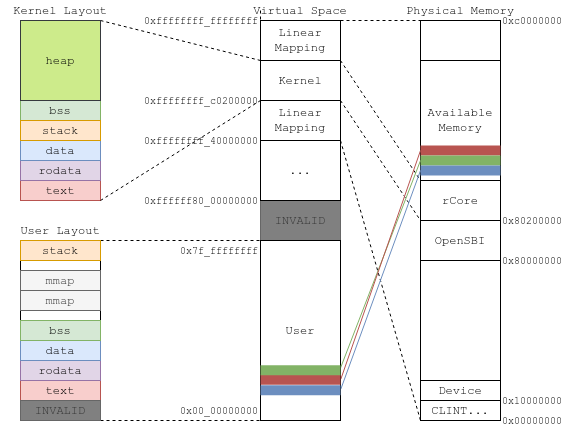
LearningOS/os-lectures keeps this draw.io diagram as lecture05/figs/rcore_memory_layout.png. Above is the earlier version. Source tidied: cells renumbered, new cells last; positions are measured from the earlier drawing's top-left corner, leaving out a move shared by most shapes.
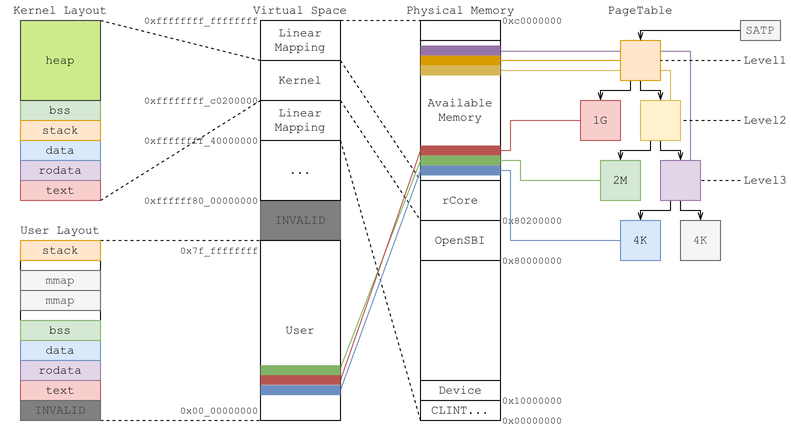
Later version of the same file.

Change to the diagram source:
```diff
@@ -2,6 +2,14 @@
   <root>
     <mxCell id="0" />
     <mxCell id="1" parent="0" />
+    <mxCell id="65" style="endArrow=none;html=1;fillColor=#e1d5e7;strokeColor=#9673a6;entryX=0.75;entryY=0;entryDx=0;entryDy=0;endFill=0;edgeStyle=orthogonalEdgeStyle;rounded=0;exitX=0.997;exitY=0.077;exitDx=0;exitDy=0;exitPerimeter=0;" parent="1" edge="1" source="17" target="87">
+      <mxGeometry relative="1" as="geometry" />
+    </mxCell>
+    <mxCell id="66" style="endArrow=none;html=1;fillColor=#fff2cc;strokeColor=#d6b656;entryX=0.75;entryY=0;entryDx=0;entryDy=0;endFill=0;edgeStyle=orthogonalEdgeStyle;rounded=0;" parent="1" edge="1" target="76">
+      <mxGeometry relative="1" as="geometry">
+        <mxPoint x="500" y="70" as="sourcePoint" />
+      </mxGeometry>
+    </mxCell>
     <mxCell id="2" style="rounded=0;whiteSpace=wrap;html=1;fontFamily=Courier New;align=center;" parent="1" vertex="1">
       <mxGeometry x="20" y="240" width="80" height="180" as="geometry" />
     </mxCell>
@@ -48,7 +56,7 @@
       <mxGeometry x="420" y="180" width="80" height="40" as="geometry" />
     </mxCell>
     <mxCell id="17" value="Available&lt;br&gt;Memory" style="rounded=0;whiteSpace=wrap;html=1;fontFamily=Courier New;align=center;" parent="1" vertex="1">
-      <mxGeometry x="420" y="60" width="80" height="120" as="geometry" />
+      <mxGeometry x="420" y="40" width="80" height="140" as="geometry" />
     </mxCell>
     <mxCell id="18" style="rounded=0;jettySize=auto;html=1;exitX=1;exitY=1;exitDx=0;exitDy=0;entryX=0;entryY=0;entryDx=0;entryDy=0;fontFamily=Courier New;dashed=1;endArrow=none;endFill=0;" parent="1" edge="1" source="7" target="14">
       <mxGeometry relative="1" as="geometry" />
@@ -188,9 +196,6 @@
     <mxCell id="54" style="edgeStyle=none;rounded=0;jettySize=auto;html=1;exitX=1;exitY=1;exitDx=0;exitDy=0;entryX=0;entryY=1;entryDx=0;entryDy=0;dashed=1;endArrow=none;endFill=0;fontFamily=Courier New;" parent="1" edge="1" source="48" target="7">
       <mxGeometry relative="1" as="geometry" />
     </mxCell>
-    <mxCell id="55" style="edgeStyle=none;rounded=0;jettySize=auto;html=1;exitX=1;exitY=0;exitDx=0;exitDy=0;entryX=0;entryY=0;entryDx=0;entryDy=0;dashed=1;endArrow=none;endFill=0;fontFamily=Courier New;" parent="1" edge="1" source="56" target="7">
-      <mxGeometry relative="1" as="geometry" />
-    </mxCell>
     <mxCell id="56" value="0xffffffff_ffffffff" style="text;html=1;strokeColor=none;fillColor=none;align=right;verticalAlign=middle;whiteSpace=wrap;rounded=0;fontFamily=Courier New;fontSize=10;" parent="1" vertex="1">
       <mxGeometry x="100" y="10" width="160" height="20" as="geometry" />
     </mxCell>
@@ -220,5 +225,159 @@
     <mxCell id="64" value="0xc0000000" style="text;html=1;strokeColor=none;fillColor=none;align=left;verticalAlign=middle;whiteSpace=wrap;rounded=0;fontFamily=Courier New;fontSize=10;" parent="1" vertex="1">
       <mxGeometry x="500" y="10" width="80" height="20" as="geometry" />
     </mxCell>
+    <mxCell id="67" style="edgeStyle=orthogonalEdgeStyle;rounded=0;jettySize=auto;html=1;exitX=0.25;exitY=1;exitDx=0;exitDy=0;entryX=0.5;entryY=0;entryDx=0;entryDy=0;endArrow=openThin;endFill=0;" parent="1" edge="1" source="69" target="73">
+      <mxGeometry relative="1" as="geometry">
+        <Array as="points">
+          <mxPoint x="630" y="90" />
+          <mxPoint x="600" y="90" />
+        </Array>
+      </mxGeometry>
+    </mxCell>
+    <mxCell id="68" style="edgeStyle=orthogonalEdgeStyle;rounded=0;jettySize=auto;html=1;exitX=0.5;exitY=1;exitDx=0;exitDy=0;entryX=0.5;entryY=0;entryDx=0;entryDy=0;endArrow=openThin;endFill=0;" parent="1" edge="1" source="69" target="76">
+      <mxGeometry relative="1" as="geometry">
+        <Array as="points">
+          <mxPoint x="640" y="90" />
+          <mxPoint x="660" y="90" />
+        </Array>
+      </mxGeometry>
+    </mxCell>
+    <mxCell id="69" style="rounded=0;whiteSpace=wrap;html=1;fillColor=#ffe6cc;strokeColor=#d79b00;fontFamily=Courier New;" parent="1" vertex="1">
+      <mxGeometry x="620" y="40" width="40" height="40" as="geometry" />
+    </mxCell>
+    <mxCell id="70" style="endArrow=none;html=1;fontFamily=Courier New;strokeWidth=10;strokeColor=#d79b00;fillColor=#ffe6cc;" parent="1" edge="1">
+      <mxGeometry relative="1" as="geometry">
+        <mxPoint x="420" y="60" as="sourcePoint" />
+        <mxPoint x="500" y="60" as="targetPoint" />
+      </mxGeometry>
+    </mxCell>
+    <mxCell id="71" style="endArrow=none;html=1;fontFamily=Courier New;strokeWidth=10;strokeColor=#9673a6;fillColor=#e1d5e7;" parent="1" edge="1">
+      <mxGeometry relative="1" as="geometry">
+        <mxPoint x="420" y="50" as="sourcePoint" />
+        <mxPoint x="500" y="50" as="targetPoint" />
+      </mxGeometry>
+    </mxCell>
+    <mxCell id="72" style="edgeStyle=orthogonalEdgeStyle;rounded=0;jettySize=auto;html=1;exitX=0;exitY=0.5;exitDx=0;exitDy=0;endArrow=none;endFill=0;fontFamily=Courier New;fillColor=#f8cecc;strokeColor=#b85450;" parent="1" edge="1" source="73">
+      <mxGeometry relative="1" as="geometry">
+        <mxPoint x="500" y="150" as="targetPoint" />
+        <Array as="points">
+          <mxPoint x="510" y="120" />
+          <mxPoint x="510" y="150" />
+        </Array>
+      </mxGeometry>
+    </mxCell>
+    <mxCell id="73" value="1G" style="rounded=0;whiteSpace=wrap;html=1;fillColor=#f8cecc;strokeColor=#b85450;fontFamily=Courier New;" parent="1" vertex="1">
+      <mxGeometry x="580" y="100" width="40" height="40" as="geometry" />
+    </mxCell>
+    <mxCell id="74" style="edgeStyle=orthogonalEdgeStyle;rounded=0;jettySize=auto;html=1;exitX=0.5;exitY=1;exitDx=0;exitDy=0;entryX=0.5;entryY=0;entryDx=0;entryDy=0;endArrow=openThin;endFill=0;fontFamily=Courier New;" parent="1" edge="1" source="76" target="87">
+      <mxGeometry relative="1" as="geometry">
+        <Array as="points">
+          <mxPoint x="660" y="150" />
+          <mxPoint x="680" y="150" />
+        </Array>
+      </mxGeometry>
+    </mxCell>
+    <mxCell id="75" style="edgeStyle=orthogonalEdgeStyle;rounded=0;jettySize=auto;html=1;exitX=0.25;exitY=1;exitDx=0;exitDy=0;entryX=0.5;entryY=0;entryDx=0;entryDy=0;endArrow=openThin;endFill=0;fontFamily=Courier New;" parent="1" edge="1" source="76" target="89">
+      <mxGeometry relative="1" as="geometry">
+        <Array as="points">
+          <mxPoint x="650" y="150" />
+          <mxPoint x="620" y="150" />
+        </Array>
+      </mxGeometry>
+    </mxCell>
+    <mxCell id="76" style="rounded=0;whiteSpace=wrap;html=1;fillColor=#fff2cc;strokeColor=#d6b656;fontFamily=Courier New;" parent="1" vertex="1">
+      <mxGeometry x="640" y="100" width="40" height="40" as="geometry" />
+    </mxCell>
+    <mxCell id="77" style="endArrow=none;html=1;fontFamily=Courier New;strokeWidth=10;strokeColor=#d6b656;fillColor=#fff2cc;" parent="1" edge="1">
+      <mxGeometry relative="1" as="geometry">
+        <mxPoint x="420" y="70" as="sourcePoint" />
+        <mxPoint x="500" y="70" as="targetPoint" />
+      </mxGeometry>
+    </mxCell>
+    <mxCell id="78" value="PageTable" style="text;html=1;strokeColor=none;fillColor=none;align=center;verticalAlign=middle;whiteSpace=wrap;rounded=0;fontFamily=Courier New;" parent="1" vertex="1">
+      <mxGeometry x="600" width="80" height="20" as="geometry" />
+    </mxCell>
+    <mxCell id="79" style="rounded=0;jettySize=auto;html=1;entryX=1;entryY=0.5;entryDx=0;entryDy=0;endArrow=none;endFill=0;fontFamily=Courier New;dashed=1;" parent="1" edge="1" source="80" target="69">
+      <mxGeometry relative="1" as="geometry" />
+    </mxCell>
+    <mxCell id="80" value="Level1" style="text;html=1;strokeColor=none;fillColor=none;align=center;verticalAlign=middle;whiteSpace=wrap;rounded=0;fontFamily=Courier New;" parent="1" vertex="1">
+      <mxGeometry x="740" y="50" width="50" height="20" as="geometry" />
+    </mxCell>
+    <mxCell id="81" value="Level2" style="text;html=1;strokeColor=none;fillColor=none;align=center;verticalAlign=middle;whiteSpace=wrap;rounded=0;fontFamily=Courier New;" parent="1" vertex="1">
+      <mxGeometry x="740" y="110" width="50" height="20" as="geometry" />
+    </mxCell>
+    <mxCell id="82" value="Level3" style="text;html=1;strokeColor=none;fillColor=none;align=center;verticalAlign=middle;whiteSpace=wrap;rounded=0;fontFamily=Courier New;" parent="1" vertex="1">
+      <mxGeometry x="740" y="170" width="50" height="20" as="geometry" />
+    </mxCell>
+    <mxCell id="83" style="rounded=0;jettySize=auto;html=1;endArrow=none;endFill=0;fontFamily=Courier New;dashed=1;entryX=1;entryY=0.5;entryDx=0;entryDy=0;" parent="1" edge="1" target="76">
+      <mxGeometry relative="1" as="geometry">
+        <mxPoint x="740" y="120" as="sourcePoint" />
+      </mxGeometry>
+    </mxCell>
+    <mxCell id="84" style="rounded=0;jettySize=auto;html=1;endArrow=none;endFill=0;fontFamily=Courier New;dashed=1;entryX=1;entryY=0.5;entryDx=0;entryDy=0;" parent="1" edge="1" target="87">
+      <mxGeometry relative="1" as="geometry">
+        <mxPoint x="740" y="180" as="sourcePoint" />
+      </mxGeometry>
+    </mxCell>
+    <mxCell id="85" style="edgeStyle=orthogonalEdgeStyle;rounded=0;jettySize=auto;html=1;exitX=0.25;exitY=1;exitDx=0;exitDy=0;entryX=0.5;entryY=0;entryDx=0;entryDy=0;endArrow=openThin;endFill=0;fontFamily=Courier New;" parent="1" edge="1" source="87" target="91">
+      <mxGeometry relative="1" as="geometry">
+        <Array as="points">
+          <mxPoint x="670" y="210" />
+          <mxPoint x="640" y="210" />
+        </Array>
+      </mxGeometry>
+    </mxCell>
+    <mxCell id="86" style="edgeStyle=orthogonalEdgeStyle;rounded=0;jettySize=auto;html=1;exitX=0.5;exitY=1;exitDx=0;exitDy=0;entryX=0.5;entryY=0;entryDx=0;entryDy=0;endArrow=openThin;endFill=0;fontFamily=Courier New;" parent="1" edge="1" source="87" target="92">
+      <mxGeometry relative="1" as="geometry">
+        <Array as="points">
+          <mxPoint x="680" y="210" />
+          <mxPoint x="700" y="210" />
+        </Array>
+      </mxGeometry>
+    </mxCell>
+    <mxCell id="87" style="rounded=0;whiteSpace=wrap;html=1;fillColor=#e1d5e7;strokeColor=#9673a6;fontFamily=Courier New;" parent="1" vertex="1">
+      <mxGeometry x="660" y="160" width="40" height="40" as="geometry" />
+    </mxCell>
+    <mxCell id="88" style="edgeStyle=orthogonalEdgeStyle;rounded=0;jettySize=auto;html=1;exitX=0;exitY=0.5;exitDx=0;exitDy=0;endArrow=none;endFill=0;fontFamily=Courier New;fillColor=#d5e8d4;strokeColor=#82b366;" parent="1" edge="1" source="89">
+      <mxGeometry relative="1" as="geometry">
+        <mxPoint x="500" y="160" as="targetPoint" />
+        <Array as="points">
+          <mxPoint x="520" y="180" />
+          <mxPoint x="520" y="160" />
+        </Array>
+      </mxGeometry>
+    </mxCell>
+    <mxCell id="89" value="2M" style="rounded=0;whiteSpace=wrap;html=1;fillColor=#d5e8d4;strokeColor=#82b366;fontFamily=Courier New;" parent="1" vertex="1">
+      <mxGeometry x="600" y="160" width="40" height="40" as="geometry" />
+    </mxCell>
+    <mxCell id="90" style="edgeStyle=orthogonalEdgeStyle;rounded=0;jettySize=auto;html=1;exitX=0;exitY=0.5;exitDx=0;exitDy=0;endArrow=none;endFill=0;fontFamily=Courier New;fillColor=#dae8fc;strokeColor=#6c8ebf;" parent="1" edge="1" source="91">
+      <mxGeometry relative="1" as="geometry">
+        <mxPoint x="500" y="170" as="targetPoint" />
+        <Array as="points">
+          <mxPoint x="510" y="240" />
+          <mxPoint x="510" y="170" />
+        </Array>
+      </mxGeometry>
+    </mxCell>
+    <mxCell id="91" value="4K" style="rounded=0;whiteSpace=wrap;html=1;fillColor=#dae8fc;strokeColor=#6c8ebf;fontFamily=Courier New;" parent="1" vertex="1">
+      <mxGeometry x="620" y="220" width="40" height="40" as="geometry" />
+    </mxCell>
+    <mxCell id="92" value="4K" style="rounded=0;whiteSpace=wrap;html=1;fillColor=#f5f5f5;strokeColor=#666666;fontFamily=Courier New;fontColor=#333333;" parent="1" vertex="1">
+      <mxGeometry x="680" y="220" width="40" height="40" as="geometry" />
+    </mxCell>
+    <mxCell id="93" style="endArrow=none;html=1;fillColor=#ffe6cc;strokeColor=#d79b00;entryX=0;entryY=0.5;entryDx=0;entryDy=0;endFill=0;" parent="1" edge="1" target="69">
+      <mxGeometry relative="1" as="geometry">
+        <mxPoint x="500" y="60" as="sourcePoint" />
+      </mxGeometry>
+    </mxCell>
+    <mxCell id="94" style="edgeStyle=orthogonalEdgeStyle;rounded=0;jettySize=auto;html=1;exitX=0;exitY=0.5;exitDx=0;exitDy=0;entryX=0.5;entryY=0;entryDx=0;entryDy=0;endArrow=openThin;endFill=0;fontFamily=Courier New;" parent="1" edge="1" source="95" target="69">
+      <mxGeometry relative="1" as="geometry">
+        <Array as="points">
+          <mxPoint x="640" y="30" />
+        </Array>
+      </mxGeometry>
+    </mxCell>
+    <mxCell id="95" value="SATP" style="text;html=1;strokeColor=#666666;fillColor=#f5f5f5;align=center;verticalAlign=middle;whiteSpace=wrap;rounded=0;fontFamily=Courier New;fontColor=#333333;" parent="1" vertex="1">
+      <mxGeometry x="740" y="20" width="40" height="20" as="geometry" />
+    </mxCell>
   </root>
 </mxGraphModel>
```
